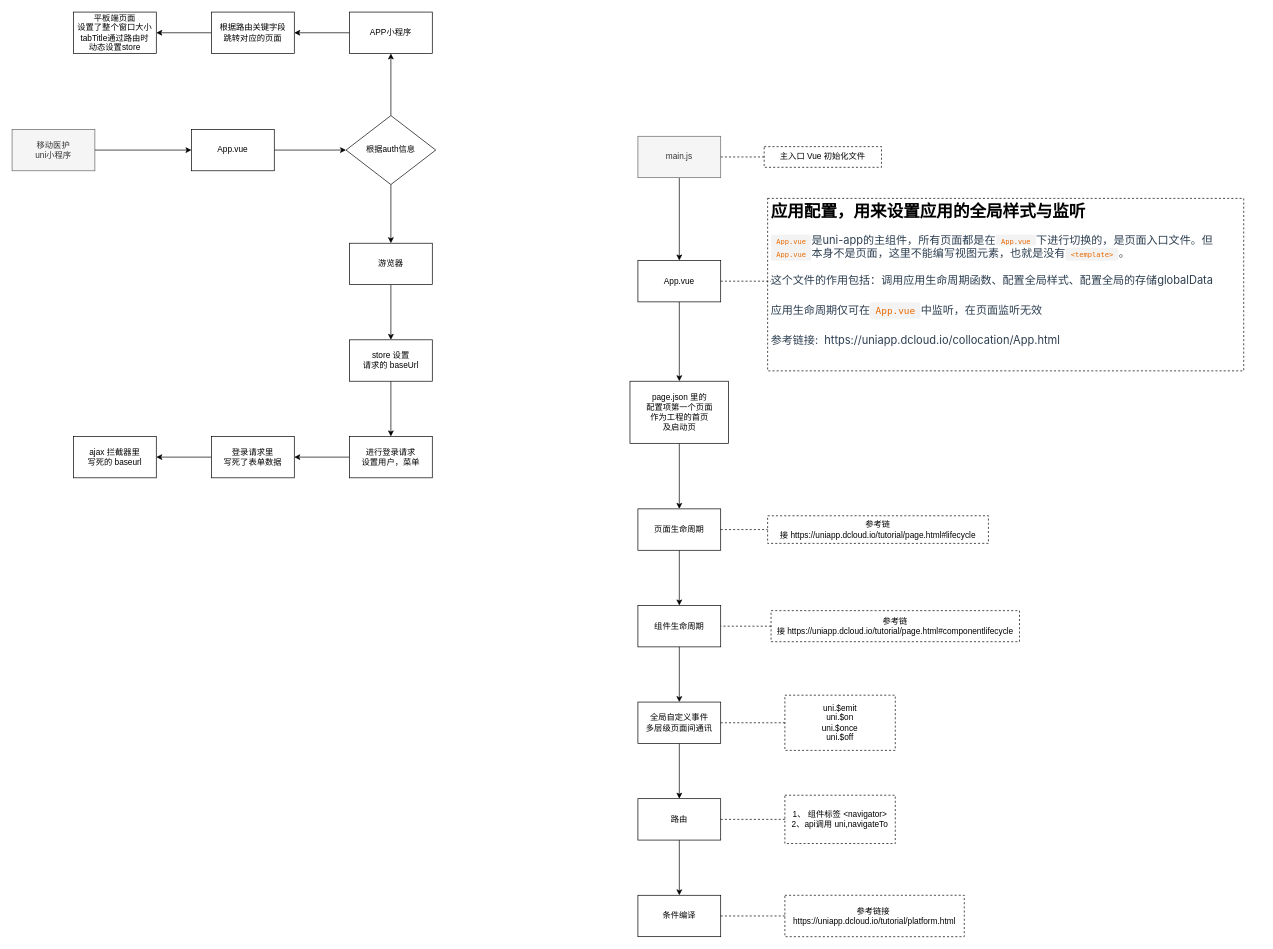
This is uniapp.drawio from tangme/flowchart, a draw.io file, before an edit. Source tidied: cells renumbered, new cells numbered last; positions are measured from the earlier drawing's top-left corner, leaving out a move shared by most shapes. Both pictures are drawn from the tidied source at 69%, with x=0, y=0 at pixel (12, 12).
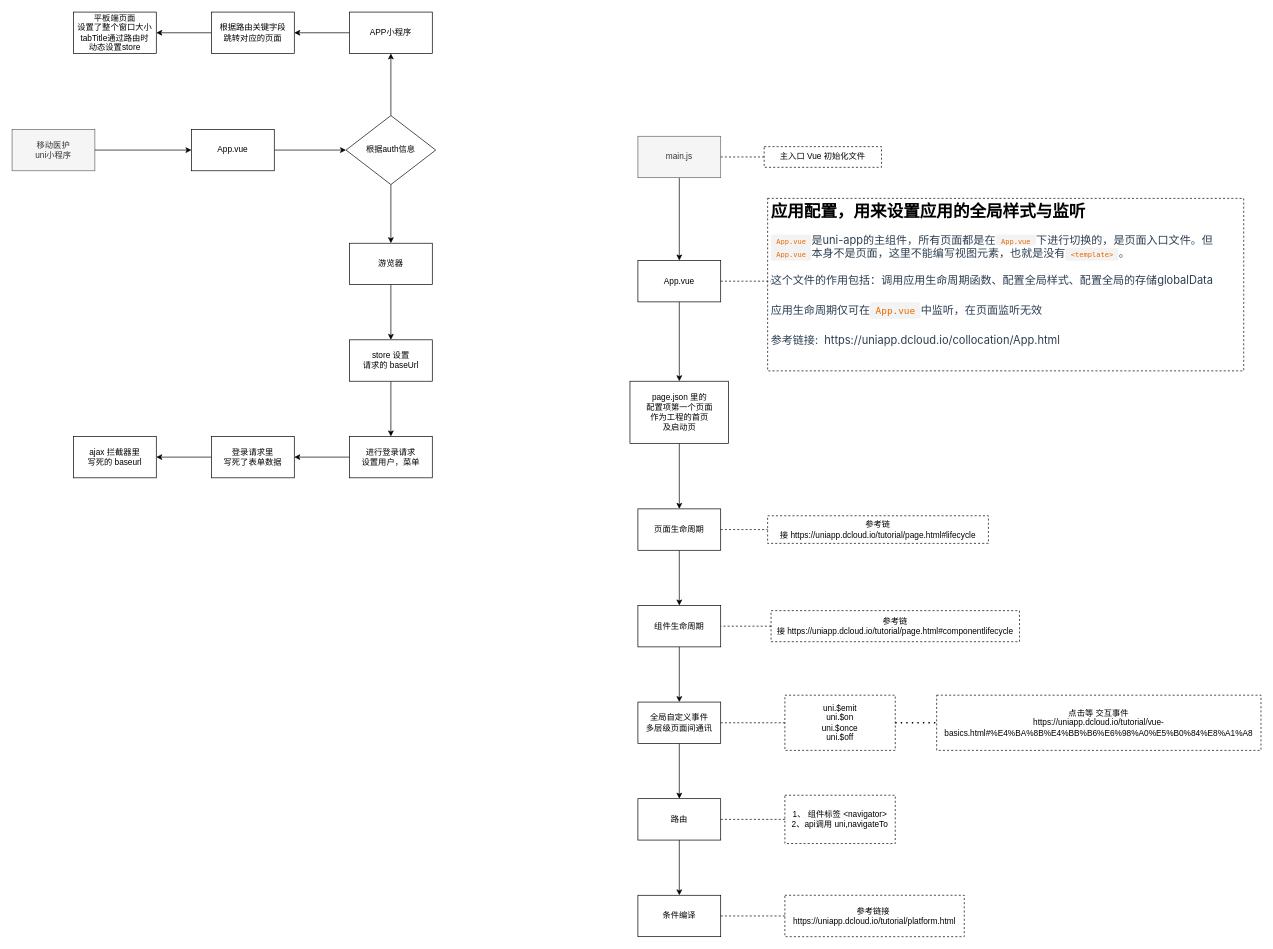
After the change.

The change refers to these unchanged cells:
```xml
<mxCell id="34" value="uni.$emit&lt;br&gt;uni.$on&lt;br&gt;uni.$once&lt;br&gt;uni.$off" style="text;html=1;strokeColor=default;fillColor=none;align=center;verticalAlign=middle;whiteSpace=wrap;rounded=0;dashed=1;" parent="1" vertex="1">
  <mxGeometry x="1120" y="990" width="160" height="80" as="geometry" />
</mxCell>
```

The edit, as a diff of the source:
```diff
@@
+    <mxCell id="52" value="点击等 交互事件&lt;br&gt;https://uniapp.dcloud.io/tutorial/vue-basics.html#%E4%BA%8B%E4%BB%B6%E6%98%A0%E5%B0%84%E8%A1%A8" style="rounded=0;whiteSpace=wrap;html=1;dashed=1;" parent="1" vertex="1">
+      <mxGeometry x="1340" y="990" width="470" height="80" as="geometry" />
+    </mxCell>
+    <mxCell id="53" style="endArrow=none;dashed=1;html=1;dashPattern=1 3;strokeWidth=2;rounded=0;exitX=1;exitY=0.5;exitDx=0;exitDy=0;entryX=0;entryY=0.5;entryDx=0;entryDy=0;" parent="1" edge="1" source="34" target="52">
+      <mxGeometry relative="1" as="geometry" />
+    </mxCell>
```
